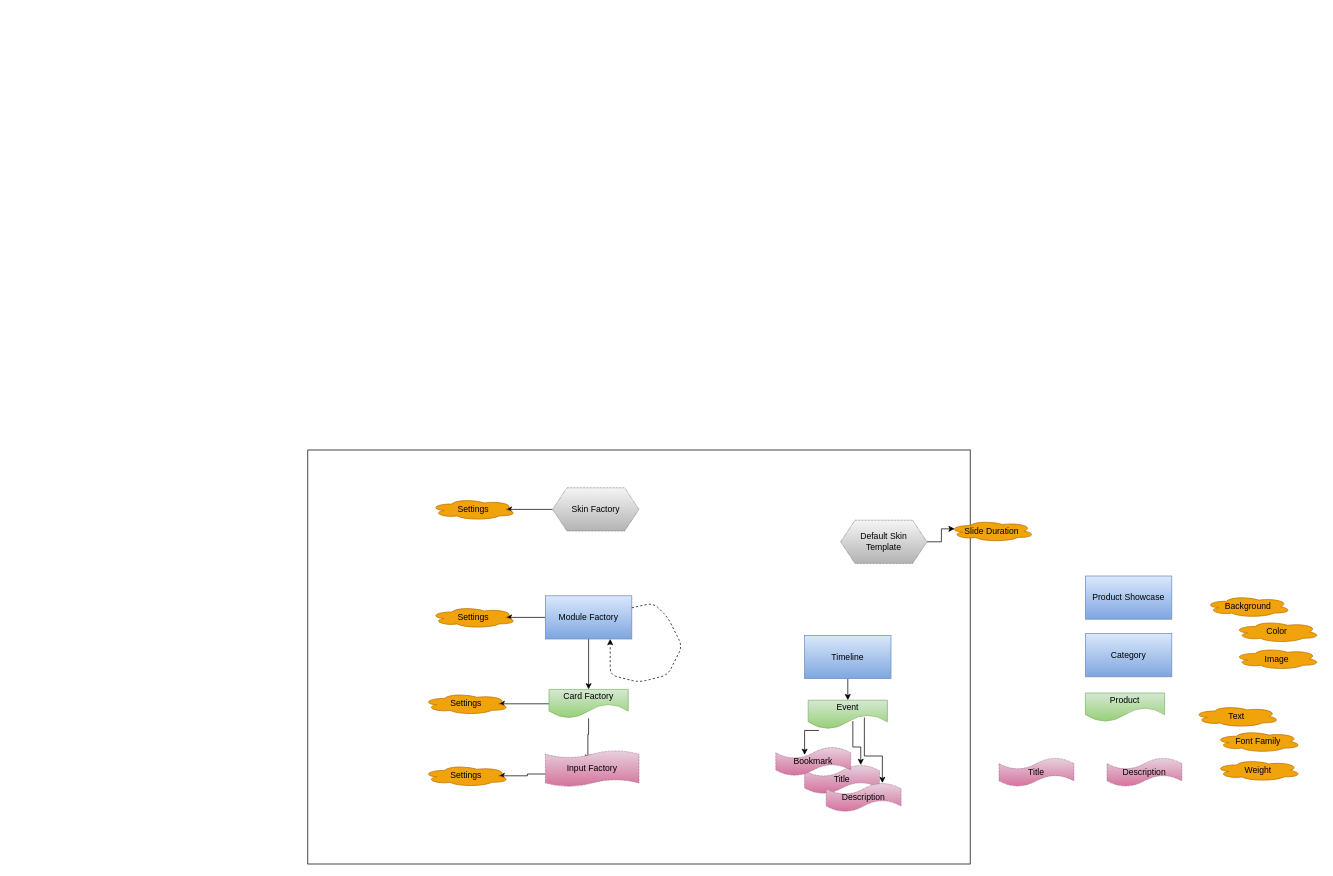
Earlier version of the draw.io diagram Factory diagrams.drawio (pbt1v/flowcharts). Source tidied: cells renumbered, new cells numbered last; positions are measured from the earlier drawing's top-left corner, leaving out a move shared by most shapes. Both pictures are drawn from the tidied source at 72%, with x=0, y=0 at pixel (307, 450).
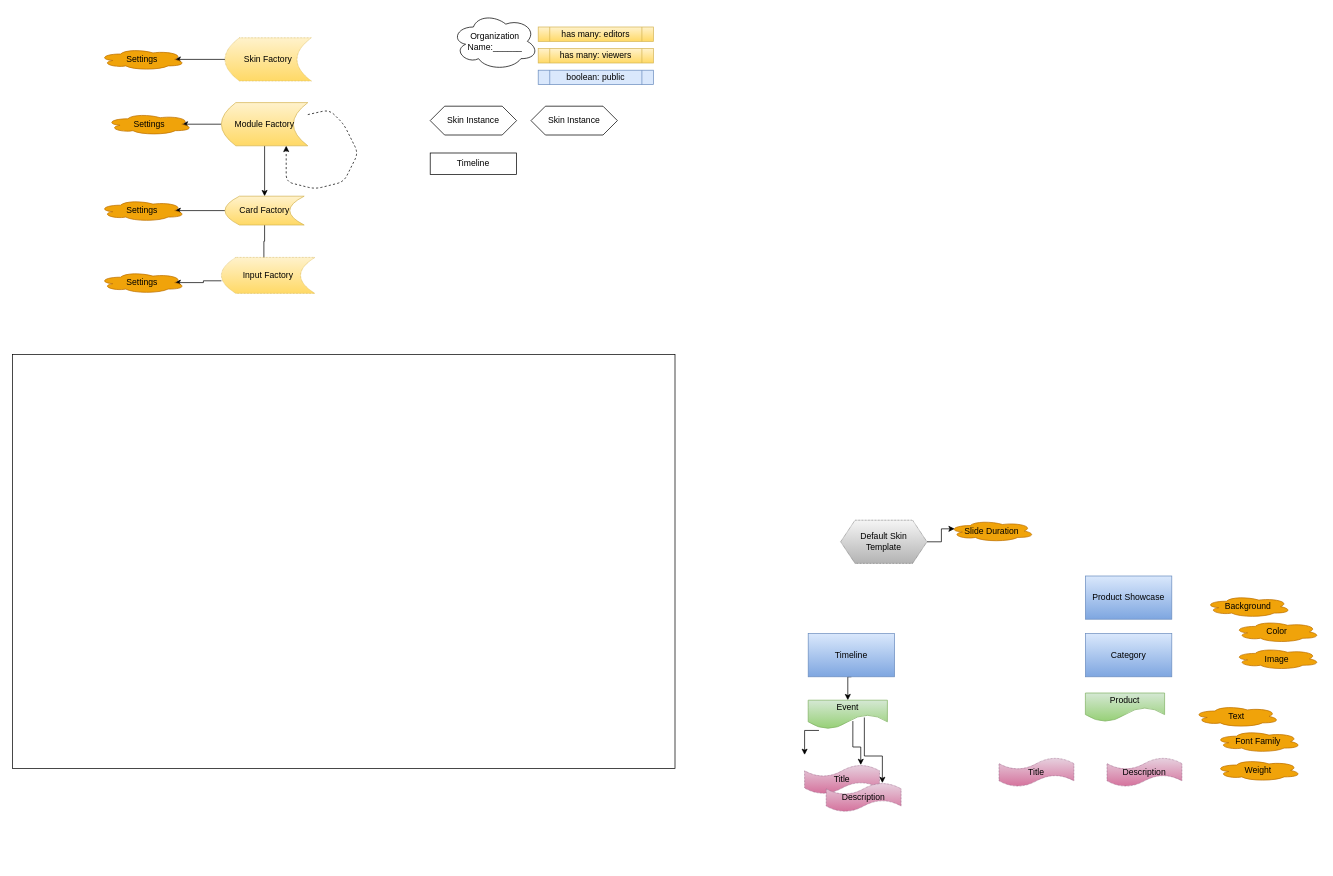
Above is the later version.

The change refers to these unchanged cells:
```xml
<mxCell id="22" value="Event" style="shape=document;whiteSpace=wrap;html=1;boundedLbl=1;size=0.5;fillColor=#d5e8d4;gradientColor=#97d077;strokeColor=#82b366;" parent="1" vertex="1">
  <mxGeometry x="695" y="347" width="110" height="40" as="geometry" />
</mxCell>
```

Diff of the diagram source:
```diff
@@
     <mxCell id="2" style="rounded=0;whiteSpace=wrap;html=1;" parent="1" vertex="1">
-      <mxGeometry y="-0.5" width="920" height="575" as="geometry" />
+      <mxGeometry x="-410" y="-133" width="920" height="575" as="geometry" />
     </mxCell>
@@
-    <mxCell id="5" value="Module Factory" style="rounded=0;whiteSpace=wrap;html=1;fillColor=#dae8fc;strokeColor=#6c8ebf;gradientColor=#7ea6e0;" parent="1" vertex="1">
-      <mxGeometry x="330" y="202" width="120" height="60" as="geometry" />
+    <mxCell id="5" value="Module Factory" style="shape=dataStorage;whiteSpace=wrap;html=1;fixedSize=1;fontFamily=Helvetica;fontSize=12;align=center;strokeColor=#d6b656;fillColor=#fff2cc;gradientColor=#ffd966;" parent="1" vertex="1">
+      <mxGeometry x="-120" y="-483" width="120" height="60" as="geometry" />
     </mxCell>
     <mxCell id="6" style="endArrow=classic;html=1;dashed=1;fontFamily=Helvetica;fontSize=11;fontColor=rgb(0, 0, 0);align=center;strokeColor=rgb(0, 0, 0);entryX=0.75;entryY=1;entryDx=0;entryDy=0;" parent="1" edge="1" source="5" target="5">
       <mxGeometry relative="1" as="geometry">
         <Array as="points">
-          <mxPoint x="480" y="212" />
-          <mxPoint x="500" y="232" />
-          <mxPoint x="520" y="272" />
-          <mxPoint x="500" y="312" />
-          <mxPoint x="460" y="322" />
-          <mxPoint x="420" y="312" />
+          <mxPoint x="30" y="-473" />
+          <mxPoint x="50" y="-453" />
+          <mxPoint x="70" y="-413" />
+          <mxPoint x="50" y="-373" />
+          <mxPoint x="10" y="-363" />
+          <mxPoint x="-30" y="-373" />
         </Array>
       </mxGeometry>
     </mxCell>
@@
-    <mxCell id="9" value="Card Factory" style="shape=document;whiteSpace=wrap;html=1;boundedLbl=1;size=0.5;fillColor=#d5e8d4;gradientColor=#97d077;strokeColor=#82b366;" parent="1" vertex="1">
-      <mxGeometry x="335" y="332" width="110" height="40" as="geometry" />
+    <mxCell id="9" value="Card Factory" style="shape=dataStorage;whiteSpace=wrap;html=1;fixedSize=1;fontFamily=Helvetica;fontSize=12;align=center;strokeColor=#d6b656;fillColor=#fff2cc;gradientColor=#ffd966;" parent="1" vertex="1">
+      <mxGeometry x="-115" y="-353" width="110" height="40" as="geometry" />
     </mxCell>
     <mxCell id="10" value="Settings" style="ellipse;shape=cloud;whiteSpace=wrap;html=1;fillColor=#f0a30a;strokeColor=#BD7000;fontColor=#000000;" parent="1" vertex="1">
-      <mxGeometry x="170" y="217" width="120" height="30" as="geometry" />
+      <mxGeometry x="-280" y="-468" width="120" height="30" as="geometry" />
     </mxCell>
     <mxCell id="11" value="Settings" style="ellipse;shape=cloud;whiteSpace=wrap;html=1;fillColor=#f0a30a;strokeColor=#BD7000;fontColor=#000000;" parent="1" vertex="1">
-      <mxGeometry x="160" y="337" width="120" height="30" as="geometry" />
+      <mxGeometry x="-290" y="-348" width="120" height="30" as="geometry" />
     </mxCell>
@@
-    <mxCell id="13" value="Skin Factory" style="shape=hexagon;perimeter=hexagonPerimeter2;whiteSpace=wrap;html=1;fixedSize=1;fontFamily=Helvetica;fontSize=12;align=center;strokeColor=#666666;fillColor=#f5f5f5;gradientColor=#b3b3b3;dashed=1;dashPattern=1 1;" parent="1" vertex="1">
-      <mxGeometry x="340" y="52" width="120" height="60" as="geometry" />
+    <mxCell id="13" value="Skin Factory" style="shape=dataStorage;whiteSpace=wrap;html=1;fixedSize=1;dashed=1;dashPattern=1 1;fontFamily=Helvetica;fontSize=12;align=center;strokeColor=#d6b656;fillColor=#fff2cc;gradientColor=#ffd966;" parent="1" vertex="1">
+      <mxGeometry x="-115" y="-573" width="120" height="60" as="geometry" />
     </mxCell>
     <mxCell id="14" value="Settings" style="ellipse;shape=cloud;whiteSpace=wrap;html=1;fillColor=#f0a30a;strokeColor=#BD7000;fontColor=#000000;" parent="1" vertex="1">
-      <mxGeometry x="170" y="67" width="120" height="30" as="geometry" />
+      <mxGeometry x="-290" y="-558" width="120" height="30" as="geometry" />
     </mxCell>
@@
     <mxCell id="18" value="Timeline" style="rounded=0;whiteSpace=wrap;html=1;fillColor=#dae8fc;strokeColor=#6c8ebf;gradientColor=#7ea6e0;" parent="1" vertex="1">
-      <mxGeometry x="690" y="257" width="120" height="60" as="geometry" />
+      <mxGeometry x="695" y="254.5" width="120" height="60" as="geometry" />
     </mxCell>
-    <mxCell id="19" style="edgeStyle=orthogonalEdgeStyle;rounded=0;jettySize=auto;html=1;exitX=0.136;exitY=1.05;exitDx=0;exitDy=0;entryX=0.385;entryY=0.275;entryDx=0;entryDy=0;entryPerimeter=0;exitPerimeter=0;" parent="1" edge="1" source="22" target="38">
-      <mxGeometry relative="1" as="geometry" />
+    <mxCell id="19" style="edgeStyle=orthogonalEdgeStyle;rounded=0;jettySize=auto;html=1;exitX=0.136;exitY=1.05;exitDx=0;exitDy=0;entryX=0.385;entryY=0.275;entryDx=0;entryDy=0;entryPerimeter=0;exitPerimeter=0;" parent="1" edge="1" source="22">
+      <mxGeometry relative="1" as="geometry">
+        <mxPoint x="690" y="423" as="targetPoint" />
+      </mxGeometry>
     </mxCell>
@@
-    <mxCell id="34" value="Input Factory" style="shape=tape;whiteSpace=wrap;html=1;dashed=1;dashPattern=1 1;fontFamily=Helvetica;fontSize=12;fontColor=rgb(0, 0, 0);align=center;strokeColor=#996185;fillColor=#e6d0de;gradientColor=#d5739d;size=0.2;" parent="1" vertex="1">
-      <mxGeometry x="330" y="417" width="130" height="50" as="geometry" />
+    <mxCell id="34" value="Input Factory" style="shape=dataStorage;whiteSpace=wrap;html=1;fixedSize=1;dashed=1;dashPattern=1 1;fontFamily=Helvetica;fontSize=12;align=center;strokeColor=#d6b656;fillColor=#fff2cc;gradientColor=#ffd966;" parent="1" vertex="1">
+      <mxGeometry x="-120" y="-268" width="130" height="50" as="geometry" />
     </mxCell>
     <mxCell id="35" value="Settings" style="ellipse;shape=cloud;whiteSpace=wrap;html=1;fillColor=#f0a30a;strokeColor=#BD7000;fontColor=#000000;" parent="1" vertex="1">
-      <mxGeometry x="160" y="437" width="120" height="30" as="geometry" />
+      <mxGeometry x="-290" y="-248" width="120" height="30" as="geometry" />
     </mxCell>
@@
-    <mxCell id="38" value="Bookmark" style="shape=tape;whiteSpace=wrap;html=1;dashed=1;dashPattern=1 1;fontFamily=Helvetica;fontSize=12;fontColor=rgb(0, 0, 0);align=center;strokeColor=#996185;fillColor=#e6d0de;gradientColor=#d5739d;" parent="1" vertex="1">
-      <mxGeometry x="650" y="412" width="104" height="40" as="geometry" />
-    </mxCell>
@@
+    <mxCell id="41" value="Organization&lt;br&gt;Name:______" style="ellipse;shape=cloud;whiteSpace=wrap;html=1;" parent="1" vertex="1">
+      <mxGeometry x="200" y="-608" width="120" height="80" as="geometry" />
+    </mxCell>
+    <mxCell id="42" value="has many: editors" style="shape=process;whiteSpace=wrap;html=1;backgroundOutline=1;fillColor=#fff2cc;gradientColor=#ffd966;strokeColor=#d6b656;" parent="1" vertex="1">
+      <mxGeometry x="320" y="-588" width="160" height="20" as="geometry" />
+    </mxCell>
+    <mxCell id="43" value="has many: viewers" style="shape=process;whiteSpace=wrap;html=1;backgroundOutline=1;fillColor=#fff2cc;gradientColor=#ffd966;strokeColor=#d6b656;" parent="1" vertex="1">
+      <mxGeometry x="320" y="-558" width="160" height="20" as="geometry" />
+    </mxCell>
+    <mxCell id="44" value="boolean: public" style="shape=process;whiteSpace=wrap;html=1;backgroundOutline=1;fillColor=#dae8fc;strokeColor=#6c8ebf;" parent="1" vertex="1">
+      <mxGeometry x="320" y="-528" width="160" height="20" as="geometry" />
+    </mxCell>
+    <mxCell id="45" value="Skin Instance" style="shape=hexagon;perimeter=hexagonPerimeter2;whiteSpace=wrap;html=1;fixedSize=1;" parent="1" vertex="1">
+      <mxGeometry x="170" y="-478" width="120" height="40" as="geometry" />
+    </mxCell>
+    <mxCell id="46" value="Skin Instance" style="shape=hexagon;perimeter=hexagonPerimeter2;whiteSpace=wrap;html=1;fixedSize=1;" parent="1" vertex="1">
+      <mxGeometry x="310" y="-478" width="120" height="40" as="geometry" />
+    </mxCell>
+    <mxCell id="47" value="Timeline" style="rounded=0;whiteSpace=wrap;html=1;" parent="1" vertex="1">
+      <mxGeometry x="170" y="-413" width="120" height="30" as="geometry" />
+    </mxCell>
```
